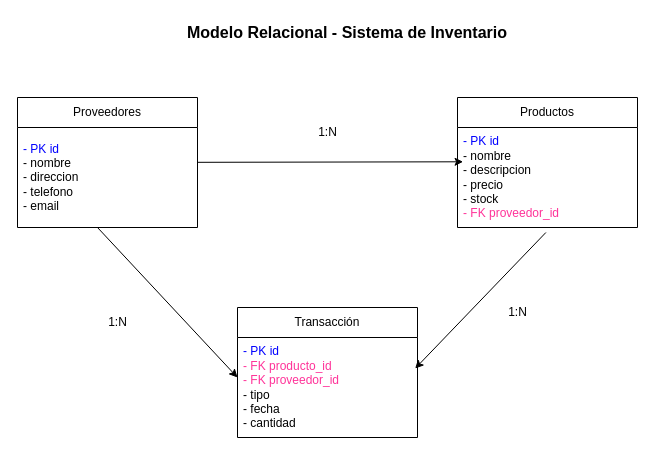
The draw.io diagram relacional.drawio in too0oori/Evaluacion_Modulo_5, before the edit. Source tidied: cells renumbered, new cells numbered last; positions are measured from the earlier drawing's top-left corner, leaving out a move shared by most shapes. Both pictures are drawn from the tidied source at 100%, with x=0, y=0 at pixel (17, 17).
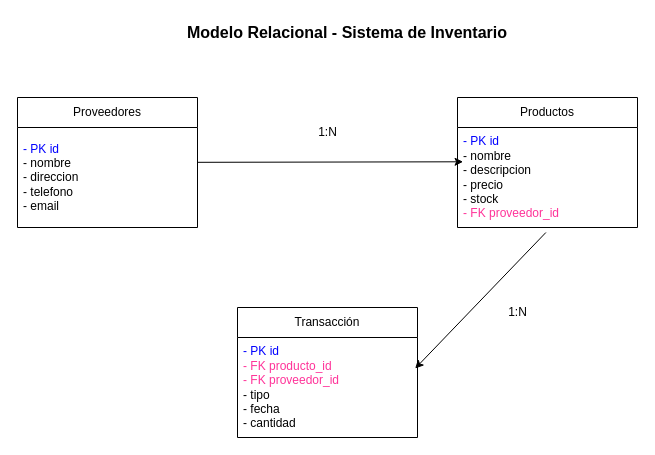
The same page after the edit.

Commit message (it also covers changes not shown here):
se modifican diagramas conforme a 3NF

The edit, as a diff of the source:
```diff
@@
 <mxGraphModel>
   <root>
     <mxCell id="0" />
     <mxCell id="1" parent="0" />
     <mxCell id="2" value="Modelo Relacional - Sistema de Inventario" style="text;html=1;strokeColor=none;fillColor=none;align=center;verticalAlign=middle;whiteSpace=wrap;rounded=0;fontSize=16;fontStyle=1;" parent="1" vertex="1">
       <mxGeometry x="130" width="400" height="30" as="geometry" />
     </mxCell>
     <mxCell id="3" style="ellipse;whiteSpace=wrap;html=1;fillColor=none;strokeColor=none;" parent="1" vertex="1">
       <mxGeometry x="417" y="55" width="6" height="6" as="geometry" />
     </mxCell>
     <mxCell id="4" style="ellipse;whiteSpace=wrap;html=1;fillColor=none;strokeColor=none;" parent="1" vertex="1">
       <mxGeometry x="417" y="55" width="6" height="6" as="geometry" />
     </mxCell>
     <mxCell id="5" style="edgeStyle=none;html=1;entryX=0.031;entryY=0.343;entryDx=0;entryDy=0;entryPerimeter=0;" parent="1" edge="1" source="6" target="10">
       <mxGeometry relative="1" as="geometry" />
     </mxCell>
     <mxCell id="6" value="Proveedores" style="swimlane;fontStyle=0;horizontal=1;startSize=30;whiteSpace=wrap;html=1;" parent="1" vertex="1">
       <mxGeometry y="80" width="180" height="130" as="geometry" />
     </mxCell>
     <mxCell id="7" value="&lt;font&gt;&lt;font style=&quot;color: rgb(0, 0, 255);&quot;&gt;- PK id&lt;/font&gt;&lt;br style=&quot;scrollbar-color: rgb(226, 226, 226) rgb(251, 251, 251);&quot;&gt;&lt;/font&gt;&lt;span style=&quot;color: rgb(0, 0, 0);&quot;&gt;- nombre&lt;/span&gt;&lt;br style=&quot;color: rgb(63, 63, 63); scrollbar-color: rgb(226, 226, 226) rgb(251, 251, 251);&quot;&gt;&lt;span style=&quot;color: rgb(0, 0, 0);&quot;&gt;- direccion&lt;/span&gt;&lt;br style=&quot;color: rgb(63, 63, 63); scrollbar-color: rgb(226, 226, 226) rgb(251, 251, 251);&quot;&gt;&lt;span style=&quot;color: rgb(0, 0, 0);&quot;&gt;- telefono&lt;/span&gt;&lt;br style=&quot;color: rgb(63, 63, 63); scrollbar-color: rgb(226, 226, 226) rgb(251, 251, 251);&quot;&gt;&lt;span style=&quot;color: rgb(0, 0, 0);&quot;&gt;- email&lt;/span&gt;" style="text;strokeColor=none;fillColor=none;align=left;verticalAlign=middle;spacingLeft=4;spacingRight=4;overflow=hidden;points=[[0,0.5],[1,0.5]];portConstraint=eastwest;whiteSpace=wrap;html=1;" parent="6" vertex="1">
       <mxGeometry y="30" width="180" height="100" as="geometry" />
     </mxCell>
-    <mxCell id="8" style="endArrow=classic;html=1;entryX=0;entryY=0.5;entryDx=0;entryDy=0;" parent="1" edge="1" source="7">
-      <mxGeometry relative="1" as="geometry">
-        <mxPoint x="220" y="360" as="targetPoint" />
-        <Array as="points">
-          <mxPoint x="80" y="210" />
-        </Array>
-      </mxGeometry>
-    </mxCell>
     <mxCell id="9" value="Productos" style="swimlane;fontStyle=0;horizontal=1;startSize=30;whiteSpace=wrap;html=1;" parent="1" vertex="1">
       <mxGeometry x="440" y="80" width="180" height="130" as="geometry" />
     </mxCell>
     <mxCell id="10" value="&lt;font&gt;&lt;span&gt;&lt;font style=&quot;color: rgb(0, 0, 255);&quot;&gt;- PK id&lt;/font&gt;&lt;/span&gt;&lt;br style=&quot;scrollbar-color: rgb(226, 226, 226) rgb(251, 251, 251); color: rgb(63, 63, 63);&quot;&gt;&lt;/font&gt;&lt;span style=&quot;color: rgb(0, 0, 0);&quot;&gt;- nombre&lt;/span&gt;&lt;br style=&quot;color: rgb(63, 63, 63); scrollbar-color: rgb(226, 226, 226) rgb(251, 251, 251);&quot;&gt;&lt;span style=&quot;color: rgb(0, 0, 0);&quot;&gt;- descripcion&lt;/span&gt;&lt;div&gt;&lt;span style=&quot;color: rgb(0, 0, 0);&quot;&gt;- precio&lt;/span&gt;&lt;/div&gt;&lt;div&gt;&lt;span style=&quot;color: rgb(0, 0, 0);&quot;&gt;- stock&lt;/span&gt;&lt;/div&gt;&lt;div&gt;&lt;span&gt;&lt;font style=&quot;color: rgb(255, 51, 153);&quot;&gt;- FK proveedor_id&lt;/font&gt;&lt;/span&gt;&lt;/div&gt;" style="text;strokeColor=none;fillColor=none;align=left;verticalAlign=middle;spacingLeft=4;spacingRight=4;overflow=hidden;points=[[0,0.5],[1,0.5]];portConstraint=eastwest;whiteSpace=wrap;html=1;" parent="9" vertex="1">
       <mxGeometry y="30" width="180" height="100" as="geometry" />
     </mxCell>
     <mxCell id="11" value="1:N" style="text;html=1;align=center;verticalAlign=middle;strokeColor=none;fillColor=none;" parent="1" vertex="1">
       <mxGeometry x="290" y="100" width="40" height="30" as="geometry" />
     </mxCell>
-    <mxCell id="12" value="1:N" style="text;html=1;align=center;verticalAlign=middle;strokeColor=none;fillColor=none;" parent="1" vertex="1">
-      <mxGeometry x="80" y="290" width="40" height="30" as="geometry" />
-    </mxCell>
     <mxCell id="13" value="Transacción" style="swimlane;fontStyle=0;horizontal=1;startSize=30;whiteSpace=wrap;html=1;" parent="1" vertex="1">
       <mxGeometry x="220" y="290" width="180" height="130" as="geometry" />
     </mxCell>
     <mxCell id="14" value="&lt;font&gt;&lt;span&gt;&lt;font style=&quot;color: rgb(0, 0, 255);&quot;&gt;- PK id&lt;/font&gt;&lt;/span&gt;&lt;br style=&quot;scrollbar-color: rgb(226, 226, 226) rgb(251, 251, 251); color: rgb(63, 63, 63);&quot;&gt;&lt;/font&gt;&lt;span&gt;&lt;font style=&quot;color: rgb(255, 51, 153);&quot;&gt;- FK producto_id&lt;/font&gt;&lt;/span&gt;&lt;div&gt;&lt;span style=&quot;color: rgb(0, 0, 0);&quot;&gt;&lt;font style=&quot;color: rgb(255, 51, 153);&quot;&gt;- FK proveedor_id&lt;/font&gt;&lt;/span&gt;&lt;/div&gt;&lt;div&gt;&lt;span style=&quot;color: rgb(0, 0, 0);&quot;&gt;- tipo&lt;/span&gt;&lt;/div&gt;&lt;div&gt;&lt;span style=&quot;color: rgb(0, 0, 0);&quot;&gt;- fecha&lt;/span&gt;&lt;/div&gt;&lt;div&gt;&lt;span style=&quot;color: rgb(0, 0, 0);&quot;&gt;- cantidad&lt;/span&gt;&lt;/div&gt;" style="text;strokeColor=none;fillColor=none;align=left;verticalAlign=middle;spacingLeft=4;spacingRight=4;overflow=hidden;points=[[0,0.5],[1,0.5]];portConstraint=eastwest;whiteSpace=wrap;html=1;" parent="13" vertex="1">
       <mxGeometry y="30" width="180" height="100" as="geometry" />
     </mxCell>
     <mxCell id="15" style="edgeStyle=none;html=1;entryX=0.987;entryY=0.31;entryDx=0;entryDy=0;entryPerimeter=0;exitX=0.491;exitY=1.05;exitDx=0;exitDy=0;exitPerimeter=0;" parent="1" edge="1" source="10" target="14">
       <mxGeometry relative="1" as="geometry" />
     </mxCell>
     <mxCell id="16" value="1:N" style="text;html=1;align=center;verticalAlign=middle;strokeColor=none;fillColor=none;" parent="1" vertex="1">
       <mxGeometry x="480" y="280" width="40" height="30" as="geometry" />
     </mxCell>
   </root>
 </mxGraphModel>
```
